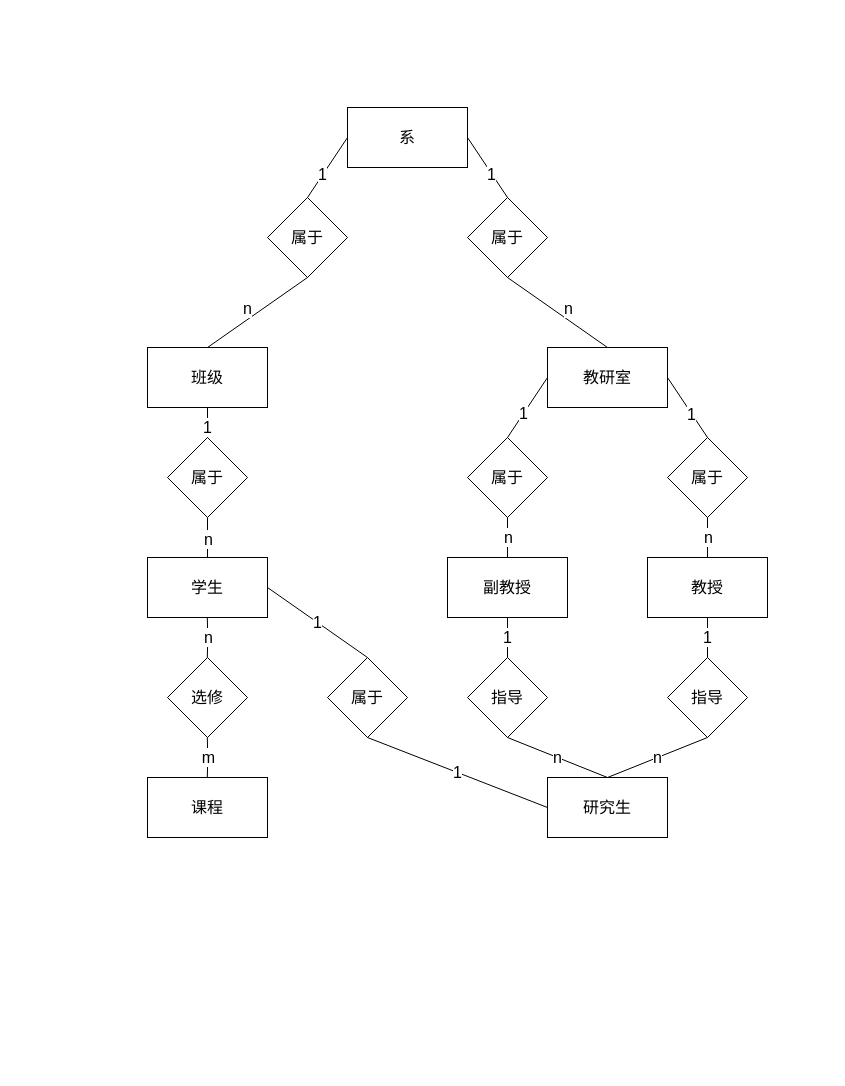
Earlier version of the draw.io diagram 7.7.drawio (VA1ue-0268/-ER-). Source tidied: cells renumbered, new cells numbered last; positions are measured from the earlier drawing's top-left corner, leaving out a move shared by most shapes. Both pictures are drawn from the tidied source at 100%, with x=0, y=0 at pixel (147, 107).
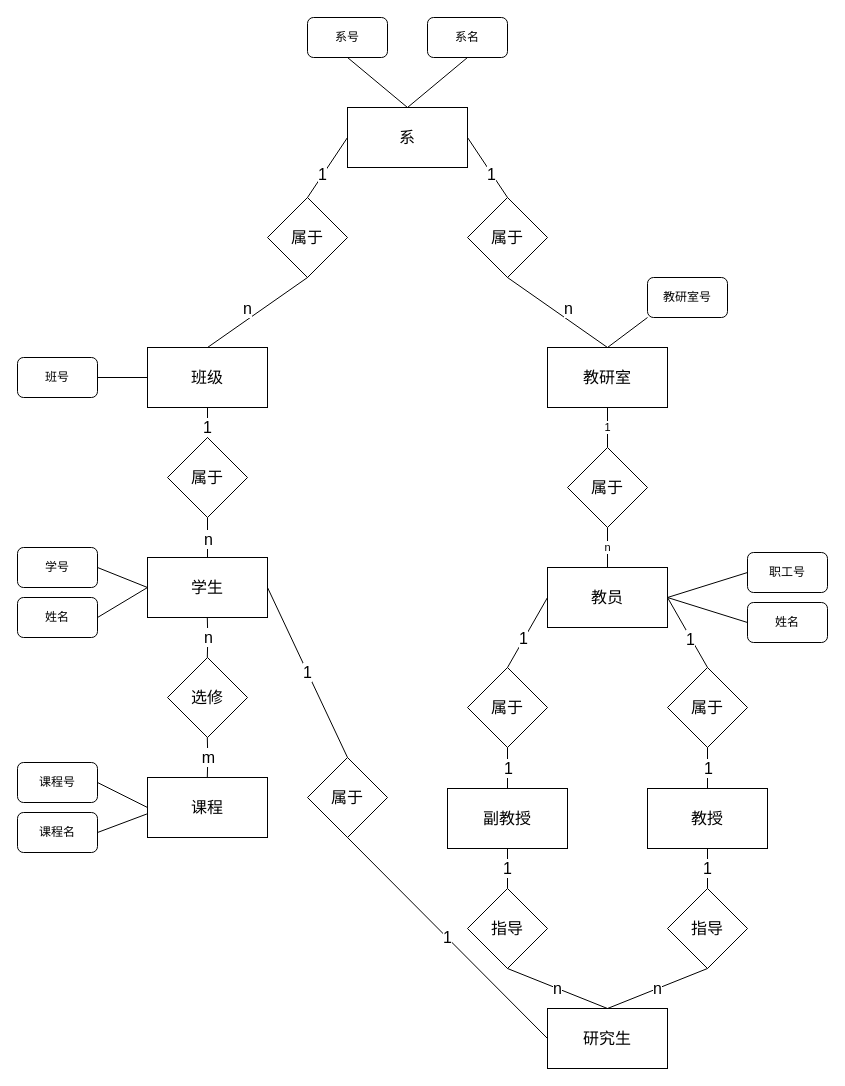
Above is the later version.

The change refers to these unchanged cells:
```xml
<mxCell id="2" value="&lt;font style=&quot;font-size: 16px;&quot;&gt;系&lt;/font&gt;" style="rounded=0;whiteSpace=wrap;html=1;" parent="1" vertex="1">
  <mxGeometry x="200" width="120" height="60" as="geometry" />
</mxCell>
<mxCell id="9" value="班级" style="rounded=0;whiteSpace=wrap;html=1;fontSize=16;" parent="1" vertex="1">
  <mxGeometry y="240" width="120" height="60" as="geometry" />
</mxCell>
<mxCell id="12" value="教研室" style="rounded=0;whiteSpace=wrap;html=1;fontSize=16;" parent="1" vertex="1">
  <mxGeometry x="400" y="240" width="120" height="60" as="geometry" />
</mxCell>
<mxCell id="22" style="endArrow=none;html=1;rounded=0;fontSize=16;entryX=0.5;entryY=1;entryDx=0;entryDy=0;exitX=0.5;exitY=0;exitDx=0;exitDy=0;" parent="1" edge="1" source="16" target="19">
  <mxGeometry relative="1" as="geometry" />
</mxCell>
<mxCell id="34" value="学生" style="rounded=0;whiteSpace=wrap;html=1;fontSize=16;" parent="1" vertex="1">
  <mxGeometry y="450" width="120" height="60" as="geometry" />
</mxCell>
<mxCell id="35" value="课程" style="rounded=0;whiteSpace=wrap;html=1;fontSize=16;" parent="1" vertex="1">
  <mxGeometry y="670" width="120" height="60" as="geometry" />
</mxCell>
```

Change to the diagram source:
```diff
@@
+    <mxCell id="49" value="1" style="edgeStyle=none;rounded=0;jettySize=auto;html=1;exitX=0.5;exitY=1;exitDx=0;exitDy=0;entryX=0.5;entryY=0;entryDx=0;entryDy=0;endArrow=none;endFill=0;" parent="1" edge="1" source="12" target="68">
+      <mxGeometry relative="1" as="geometry" />
+    </mxCell>
@@
     <mxCell id="16" value="教授" style="rounded=0;whiteSpace=wrap;html=1;fontSize=16;" parent="1" vertex="1">
-      <mxGeometry x="500" y="450" width="120" height="60" as="geometry" />
+      <mxGeometry x="500" y="681" width="120" height="60" as="geometry" />
     </mxCell>
@@
     <mxCell id="18" value="副教授" style="rounded=0;whiteSpace=wrap;html=1;fontSize=16;" parent="1" vertex="1">
-      <mxGeometry x="300" y="450" width="120" height="60" as="geometry" />
+      <mxGeometry x="300" y="681" width="120" height="60" as="geometry" />
     </mxCell>
     <mxCell id="19" value="属于" style="rhombus;whiteSpace=wrap;html=1;fontSize=16;" parent="1" vertex="1">
-      <mxGeometry x="520" y="330" width="80" height="80" as="geometry" />
+      <mxGeometry x="520" y="560" width="80" height="80" as="geometry" />
     </mxCell>
-    <mxCell id="20" style="endArrow=none;html=1;rounded=0;fontSize=16;entryX=1;entryY=0.5;entryDx=0;entryDy=0;exitX=0.5;exitY=0;exitDx=0;exitDy=0;" parent="1" edge="1" source="19" target="12">
+    <mxCell id="20" style="endArrow=none;html=1;rounded=0;fontSize=16;entryX=1;entryY=0.5;entryDx=0;entryDy=0;exitX=0.5;exitY=0;exitDx=0;exitDy=0;" parent="1" edge="1" source="19" target="66">
       <mxGeometry relative="1" as="geometry" />
     </mxCell>
@@
-    <mxCell id="23" value="n" style="edgeLabel;html=1;align=center;verticalAlign=middle;fontSize=16;" parent="22" vertex="1">
+    <mxCell id="23" value="1" style="edgeLabel;html=1;align=center;verticalAlign=middle;fontSize=16;" parent="22" vertex="1">
       <mxGeometry x="-0.22" relative="1" as="geometry">
         <mxPoint y="-5" as="offset" />
       </mxGeometry>
     </mxCell>
     <mxCell id="24" value="属于" style="rhombus;whiteSpace=wrap;html=1;fontSize=16;" parent="1" vertex="1">
-      <mxGeometry x="320" y="330" width="80" height="80" as="geometry" />
+      <mxGeometry x="320" y="560" width="80" height="80" as="geometry" />
     </mxCell>
-    <mxCell id="25" style="endArrow=none;html=1;rounded=0;fontSize=16;entryX=0;entryY=0.5;entryDx=0;entryDy=0;exitX=0.5;exitY=0;exitDx=0;exitDy=0;" parent="1" edge="1" source="24" target="12">
+    <mxCell id="25" style="endArrow=none;html=1;rounded=0;fontSize=16;entryX=0;entryY=0.5;entryDx=0;entryDy=0;exitX=0.5;exitY=0;exitDx=0;exitDy=0;" parent="1" edge="1" source="24" target="66">
       <mxGeometry relative="1" as="geometry" />
     </mxCell>
@@
-    <mxCell id="27" style="endArrow=none;html=1;rounded=0;fontSize=16;" parent="1" edge="1" source="18" target="24">
+    <mxCell id="27" style="endArrow=none;html=1;rounded=0;fontSize=16;entryX=0.5;entryY=1;entryDx=0;entryDy=0;" parent="1" edge="1" source="18" target="24">
       <mxGeometry relative="1" as="geometry" />
     </mxCell>
-    <mxCell id="28" value="n" style="edgeLabel;html=1;align=center;verticalAlign=middle;fontSize=16;" parent="27" vertex="1">
+    <mxCell id="28" value="1" style="edgeLabel;html=1;align=center;verticalAlign=middle;fontSize=16;" parent="27" vertex="1">
       <mxGeometry x="-0.22" relative="1" as="geometry">
         <mxPoint y="-5" as="offset" />
       </mxGeometry>
     </mxCell>
@@
     <mxCell id="41" value="研究生" style="rounded=0;whiteSpace=wrap;html=1;fontSize=16;" parent="1" vertex="1">
-      <mxGeometry x="400" y="670" width="120" height="60" as="geometry" />
+      <mxGeometry x="400" y="901" width="120" height="60" as="geometry" />
     </mxCell>
     <mxCell id="42" value="指导" style="rhombus;whiteSpace=wrap;html=1;fontSize=16;" parent="1" vertex="1">
-      <mxGeometry x="320" y="550" width="80" height="80" as="geometry" />
+      <mxGeometry x="320" y="781" width="80" height="80" as="geometry" />
     </mxCell>
     <mxCell id="43" value="属于" style="rhombus;whiteSpace=wrap;html=1;fontSize=16;" parent="1" vertex="1">
-      <mxGeometry x="180" y="550" width="80" height="80" as="geometry" />
+      <mxGeometry x="160" y="650" width="80" height="80" as="geometry" />
     </mxCell>
@@
     <mxCell id="48" value="指导" style="rhombus;whiteSpace=wrap;html=1;fontSize=16;" parent="1" vertex="1">
-      <mxGeometry x="520" y="550" width="80" height="80" as="geometry" />
+      <mxGeometry x="520" y="781" width="80" height="80" as="geometry" />
     </mxCell>
+    <mxCell id="50" style="rounded=0;jettySize=auto;html=1;exitX=0.5;exitY=1;exitDx=0;exitDy=0;entryX=0.5;entryY=0;entryDx=0;entryDy=0;endArrow=none;endFill=0;" parent="1" edge="1" source="51" target="2">
+      <mxGeometry relative="1" as="geometry" />
+    </mxCell>
+    <mxCell id="51" value="系号" style="rounded=1;whiteSpace=wrap;html=1;" parent="1" vertex="1">
+      <mxGeometry x="160" y="-90" width="80" height="40" as="geometry" />
+    </mxCell>
+    <mxCell id="52" style="edgeStyle=none;rounded=0;jettySize=auto;html=1;exitX=0.5;exitY=1;exitDx=0;exitDy=0;entryX=0.5;entryY=0;entryDx=0;entryDy=0;endArrow=none;endFill=0;" parent="1" edge="1" source="53" target="2">
+      <mxGeometry relative="1" as="geometry" />
+    </mxCell>
+    <mxCell id="53" value="系名" style="rounded=1;whiteSpace=wrap;html=1;" parent="1" vertex="1">
+      <mxGeometry x="280" y="-90" width="80" height="40" as="geometry" />
+    </mxCell>
+    <mxCell id="54" style="edgeStyle=none;rounded=0;jettySize=auto;html=1;exitX=1;exitY=0.5;exitDx=0;exitDy=0;entryX=0;entryY=0.5;entryDx=0;entryDy=0;endArrow=none;endFill=0;" parent="1" edge="1" source="55" target="9">
+      <mxGeometry relative="1" as="geometry" />
+    </mxCell>
+    <mxCell id="55" value="班号" style="rounded=1;whiteSpace=wrap;html=1;" parent="1" vertex="1">
+      <mxGeometry x="-130" y="250" width="80" height="40" as="geometry" />
+    </mxCell>
+    <mxCell id="56" style="edgeStyle=none;rounded=0;jettySize=auto;html=1;exitX=0;exitY=1;exitDx=0;exitDy=0;entryX=0.5;entryY=0;entryDx=0;entryDy=0;endArrow=none;endFill=0;" parent="1" edge="1" source="57" target="12">
+      <mxGeometry relative="1" as="geometry" />
+    </mxCell>
+    <mxCell id="57" value="教研室号" style="rounded=1;whiteSpace=wrap;html=1;" parent="1" vertex="1">
+      <mxGeometry x="500" y="170" width="80" height="40" as="geometry" />
+    </mxCell>
+    <mxCell id="58" style="edgeStyle=none;rounded=0;jettySize=auto;html=1;exitX=1;exitY=0.5;exitDx=0;exitDy=0;entryX=0;entryY=0.5;entryDx=0;entryDy=0;endArrow=none;endFill=0;" parent="1" edge="1" source="59" target="34">
+      <mxGeometry relative="1" as="geometry" />
+    </mxCell>
+    <mxCell id="59" value="学号" style="rounded=1;whiteSpace=wrap;html=1;" parent="1" vertex="1">
+      <mxGeometry x="-130" y="440" width="80" height="40" as="geometry" />
+    </mxCell>
+    <mxCell id="60" style="edgeStyle=none;rounded=0;jettySize=auto;html=1;exitX=1;exitY=0.5;exitDx=0;exitDy=0;entryX=0;entryY=0.5;entryDx=0;entryDy=0;endArrow=none;endFill=0;" parent="1" edge="1" source="61" target="34">
+      <mxGeometry relative="1" as="geometry" />
+    </mxCell>
+    <mxCell id="61" value="姓名" style="rounded=1;whiteSpace=wrap;html=1;" parent="1" vertex="1">
+      <mxGeometry x="-130" y="490" width="80" height="40" as="geometry" />
+    </mxCell>
+    <mxCell id="62" style="edgeStyle=none;rounded=0;jettySize=auto;html=1;exitX=1;exitY=0.5;exitDx=0;exitDy=0;entryX=0;entryY=0.5;entryDx=0;entryDy=0;endArrow=none;endFill=0;" parent="1" edge="1" source="63" target="35">
+      <mxGeometry relative="1" as="geometry" />
+    </mxCell>
+    <mxCell id="63" value="课程号" style="rounded=1;whiteSpace=wrap;html=1;" parent="1" vertex="1">
+      <mxGeometry x="-130" y="655" width="80" height="40" as="geometry" />
+    </mxCell>
+    <mxCell id="64" style="edgeStyle=none;rounded=0;jettySize=auto;html=1;exitX=1;exitY=0.5;exitDx=0;exitDy=0;entryX=-0.005;entryY=0.608;entryDx=0;entryDy=0;entryPerimeter=0;endArrow=none;endFill=0;" parent="1" edge="1" source="65" target="35">
+      <mxGeometry relative="1" as="geometry" />
+    </mxCell>
+    <mxCell id="65" value="课程名" style="rounded=1;whiteSpace=wrap;html=1;" parent="1" vertex="1">
+      <mxGeometry x="-130" y="705" width="80" height="40" as="geometry" />
+    </mxCell>
+    <mxCell id="66" value="教员" style="rounded=0;whiteSpace=wrap;html=1;fontSize=16;" parent="1" vertex="1">
+      <mxGeometry x="400" y="460" width="120" height="60" as="geometry" />
+    </mxCell>
+    <mxCell id="67" value="n" style="edgeStyle=none;rounded=0;jettySize=auto;html=1;exitX=0.5;exitY=1;exitDx=0;exitDy=0;entryX=0.5;entryY=0;entryDx=0;entryDy=0;endArrow=none;endFill=0;" parent="1" edge="1" source="68" target="66">
+      <mxGeometry relative="1" as="geometry" />
+    </mxCell>
+    <mxCell id="68" value="属于" style="rhombus;whiteSpace=wrap;html=1;fontSize=16;" parent="1" vertex="1">
+      <mxGeometry x="420" y="340" width="80" height="80" as="geometry" />
+    </mxCell>
+    <mxCell id="69" style="edgeStyle=none;rounded=0;jettySize=auto;html=1;exitX=0;exitY=0.5;exitDx=0;exitDy=0;entryX=1;entryY=0.5;entryDx=0;entryDy=0;endArrow=none;endFill=0;" parent="1" edge="1" source="70" target="66">
+      <mxGeometry relative="1" as="geometry" />
+    </mxCell>
+    <mxCell id="70" value="职工号" style="rounded=1;whiteSpace=wrap;html=1;" parent="1" vertex="1">
+      <mxGeometry x="600" y="445" width="80" height="40" as="geometry" />
+    </mxCell>
+    <mxCell id="71" style="edgeStyle=none;rounded=0;jettySize=auto;html=1;exitX=0;exitY=0.5;exitDx=0;exitDy=0;entryX=1;entryY=0.5;entryDx=0;entryDy=0;endArrow=none;endFill=0;" parent="1" edge="1" source="72" target="66">
+      <mxGeometry relative="1" as="geometry" />
+    </mxCell>
+    <mxCell id="72" value="姓名" style="rounded=1;whiteSpace=wrap;html=1;" parent="1" vertex="1">
+      <mxGeometry x="600" y="495" width="80" height="40" as="geometry" />
+    </mxCell>
```
